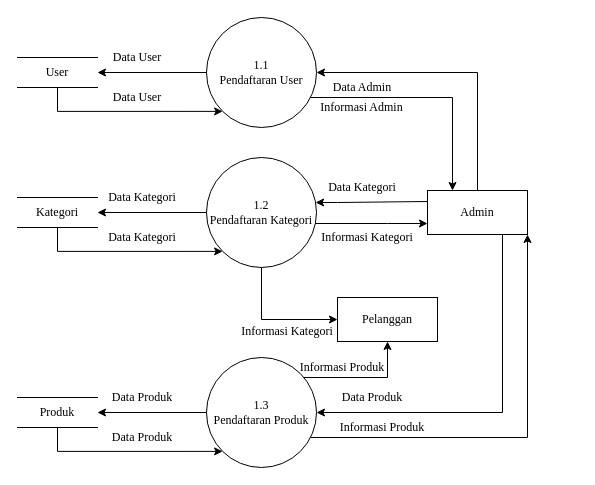
Earlier version of the draw.io diagram page "DFD Level 1 Pendaftaran Revisi" (20 of 22) of TA.drawio (angelinahandini/TA). Source tidied: cells renumbered, new cells numbered last; positions are measured from the earlier drawing's top-left corner, leaving out a move shared by most shapes. Both pictures are drawn from the tidied source at 100%, with x=0, y=0 at pixel (17, 17).
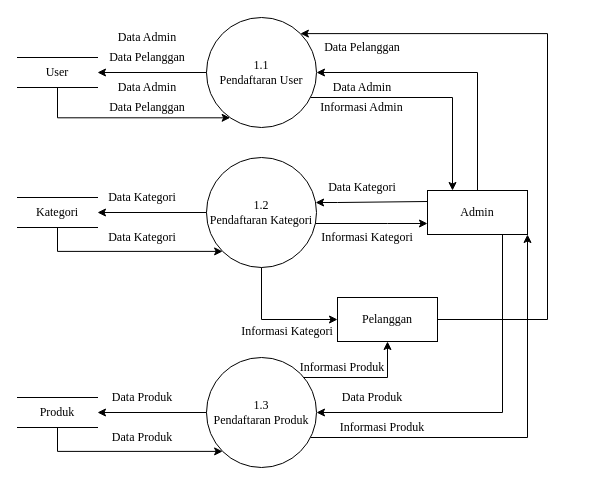
The same diagram, later.

The change refers to these unchanged cells:
```xml
<mxCell id="2" style="group;fontFamily=Times New Roman;" parent="1" vertex="1">
  <mxGeometry width="560" height="450" as="geometry" />
</mxCell>
<mxCell id="3" value="1.1 &lt;br&gt;Pendaftaran User" style="ellipse;whiteSpace=wrap;html=1;verticalAlign=middle;fontFamily=Times New Roman;" parent="2" vertex="1">
  <mxGeometry x="189" width="110" height="110" as="geometry" />
</mxCell>
<mxCell id="5" value="User" style="shape=partialRectangle;whiteSpace=wrap;html=1;top=0;bottom=0;fillColor=none;direction=south;fontFamily=Times New Roman;" parent="2" vertex="1">
  <mxGeometry y="40" width="80" height="30" as="geometry" />
</mxCell>
<mxCell id="34" value="Pelanggan" style="whiteSpace=wrap;html=1;align=center;fontFamily=Times New Roman;" parent="2" vertex="1">
  <mxGeometry x="320" y="280" width="100" height="44" as="geometry" />
</mxCell>
```

Diff of the diagram source:
```diff
@@
-    <mxCell id="4" style="edgeStyle=orthogonalEdgeStyle;rounded=0;jettySize=auto;html=1;entryX=0;entryY=1;entryDx=0;entryDy=0;fontFamily=Times New Roman;" parent="2" edge="1" source="5" target="3">
+    <mxCell id="4" style="edgeStyle=orthogonalEdgeStyle;rounded=0;jettySize=auto;html=1;entryX=0.215;entryY=0.912;entryDx=0;entryDy=0;fontFamily=Times New Roman;entryPerimeter=0;" parent="2" edge="1" source="5" target="3">
       <mxGeometry relative="1" as="geometry">
         <Array as="points">
-          <mxPoint x="40" y="94" />
+          <mxPoint x="40" y="100" />
         </Array>
       </mxGeometry>
     </mxCell>
@@
-    <mxCell id="7" value="Data User" style="text;html=1;strokeColor=none;fillColor=none;align=center;verticalAlign=middle;whiteSpace=wrap;rounded=0;fontFamily=Times New Roman;" parent="2" vertex="1">
-      <mxGeometry x="90" y="30" width="60" height="20" as="geometry" />
+    <mxCell id="7" value="Data Pelanggan" style="text;html=1;strokeColor=none;fillColor=none;align=center;verticalAlign=middle;whiteSpace=wrap;rounded=0;fontFamily=Times New Roman;" parent="2" vertex="1">
+      <mxGeometry x="90" y="30" width="80" height="20" as="geometry" />
     </mxCell>
-    <mxCell id="8" value="Data User" style="text;html=1;strokeColor=none;fillColor=none;align=center;verticalAlign=middle;whiteSpace=wrap;rounded=0;fontFamily=Times New Roman;" parent="2" vertex="1">
-      <mxGeometry x="90" y="70" width="60" height="20" as="geometry" />
+    <mxCell id="8" value="Data Admin" style="text;html=1;strokeColor=none;fillColor=none;align=center;verticalAlign=middle;whiteSpace=wrap;rounded=0;fontFamily=Times New Roman;" parent="2" vertex="1">
+      <mxGeometry x="90" y="60" width="80" height="20" as="geometry" />
     </mxCell>
@@
+    <mxCell id="39" style="edgeStyle=orthogonalEdgeStyle;rounded=0;jettySize=auto;html=1;entryX=1;entryY=0;entryDx=0;entryDy=0;" parent="2" edge="1" source="34" target="3">
+      <mxGeometry relative="1" as="geometry">
+        <Array as="points">
+          <mxPoint x="530" y="302" />
+          <mxPoint x="530" y="16" />
+        </Array>
+      </mxGeometry>
+    </mxCell>
@@
+    <mxCell id="40" value="Data Pelanggan" style="text;html=1;strokeColor=none;fillColor=none;align=center;verticalAlign=middle;whiteSpace=wrap;rounded=0;fontFamily=Times New Roman;" parent="2" vertex="1">
+      <mxGeometry x="300" y="20" width="90" height="20" as="geometry" />
+    </mxCell>
+    <mxCell id="41" value="Data Admin" style="text;html=1;strokeColor=none;fillColor=none;align=center;verticalAlign=middle;whiteSpace=wrap;rounded=0;fontFamily=Times New Roman;" parent="2" vertex="1">
+      <mxGeometry x="90" y="10" width="80" height="20" as="geometry" />
+    </mxCell>
+    <mxCell id="42" value="Data Pelanggan" style="text;html=1;strokeColor=none;fillColor=none;align=center;verticalAlign=middle;whiteSpace=wrap;rounded=0;fontFamily=Times New Roman;" parent="2" vertex="1">
+      <mxGeometry x="90" y="80" width="80" height="20" as="geometry" />
+    </mxCell>
```
